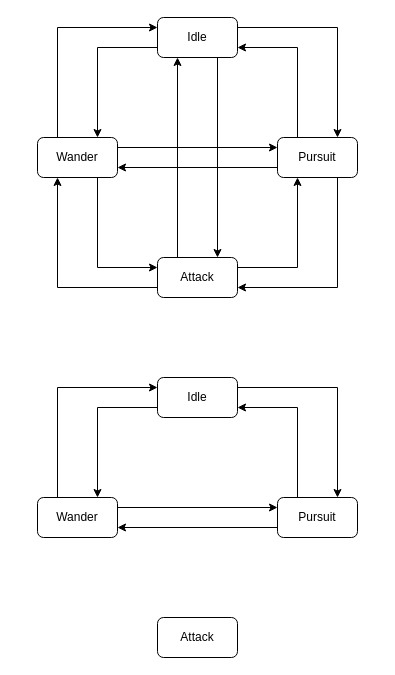
Above: page "Enemy FSM" (7 of 7) of FPS Survivall.drawio in Whale-Park18/FPS-Survival (draw.io), before the change. Source tidied: cells renumbered, new cells numbered last; positions are measured from the earlier drawing's top-left corner, leaving out a move shared by most shapes. Both pictures are drawn from the tidied source at 100%, with x=0, y=0 at pixel (37, 17).
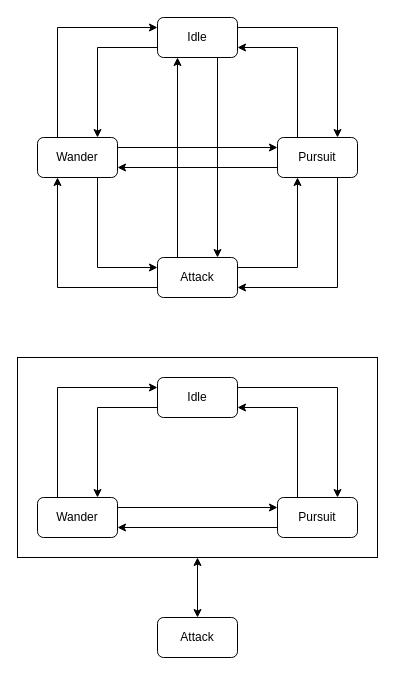
Above is the later version.

The change refers to these unchanged cells:
```xml
<mxCell id="27" value="Attack" style="rounded=1;whiteSpace=wrap;html=1;" parent="1" vertex="1">
  <mxGeometry x="120" y="600" width="80" height="40" as="geometry" />
</mxCell>
```

What changed in the source:
```diff
@@
+    <mxCell id="28" style="edgeStyle=orthogonalEdgeStyle;rounded=0;jettySize=auto;html=1;exitX=0.5;exitY=1;exitDx=0;exitDy=0;entryX=0.5;entryY=0;entryDx=0;entryDy=0;startArrow=classic;startFill=1;" parent="1" edge="1" source="29" target="27">
+      <mxGeometry relative="1" as="geometry" />
+    </mxCell>
+    <mxCell id="29" style="rounded=0;whiteSpace=wrap;html=1;fillColor=none;" parent="1" vertex="1">
+      <mxGeometry x="-20" y="340" width="360" height="200" as="geometry" />
+    </mxCell>
```
